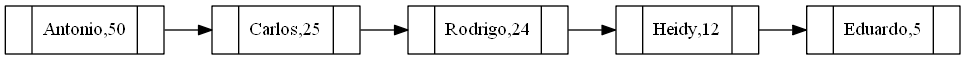
Before: RepScoreboard.png, a diagram exported from Graphviz (loumisha96/EDD_1S2020_PY1_201602935). Its source is kept beside it as RepScoreboard.dot. Source of this version:
```dot
digraph G{
rankdir = LR;
node [shape= record];
0[label = "{<ref> | <data>Antonio,50 | }"]
1[label = "{<ref> | <data>Carlos,25 | }"]
0->1
1[label = "{<ref> | <data>Carlos,25 | }"]
2[label = "{<ref> | <data>Rodrigo,24 | }"]
1->2
2[label = "{<ref> | <data>Rodrigo,24 | }"]
3[label = "{<ref> | <data>Heidy,12 | }"]
2->3
3[label = "{<ref> | <data>Heidy,12 | }"]
4[label = "{<ref> | <data>Eduardo,5 | }"]
3->4
}
```
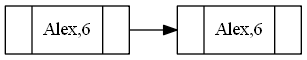
Later version of the same file.

Diff of the diagram source:
```diff
@@ -1,16 +1,8 @@
 digraph G{
 rankdir = LR;
 node [shape= record];
-0[label = "{<ref> | <data>Antonio,50 | }"]
-1[label = "{<ref> | <data>Carlos,25 | }"]
+0[label = "{<ref> | <data>Alex,6 | }"]
+1[label = "{<ref> | <data>Alex,6 | }"]
 0->1
-1[label = "{<ref> | <data>Carlos,25 | }"]
-2[label = "{<ref> | <data>Rodrigo,24 | }"]
-1->2
-2[label = "{<ref> | <data>Rodrigo,24 | }"]
-3[label = "{<ref> | <data>Heidy,12 | }"]
-2->3
-3[label = "{<ref> | <data>Heidy,12 | }"]
-4[label = "{<ref> | <data>Eduardo,5 | }"]
-3->4
+1[label = "{<ref> | <data>Alex,6 | }"]
 }
```
